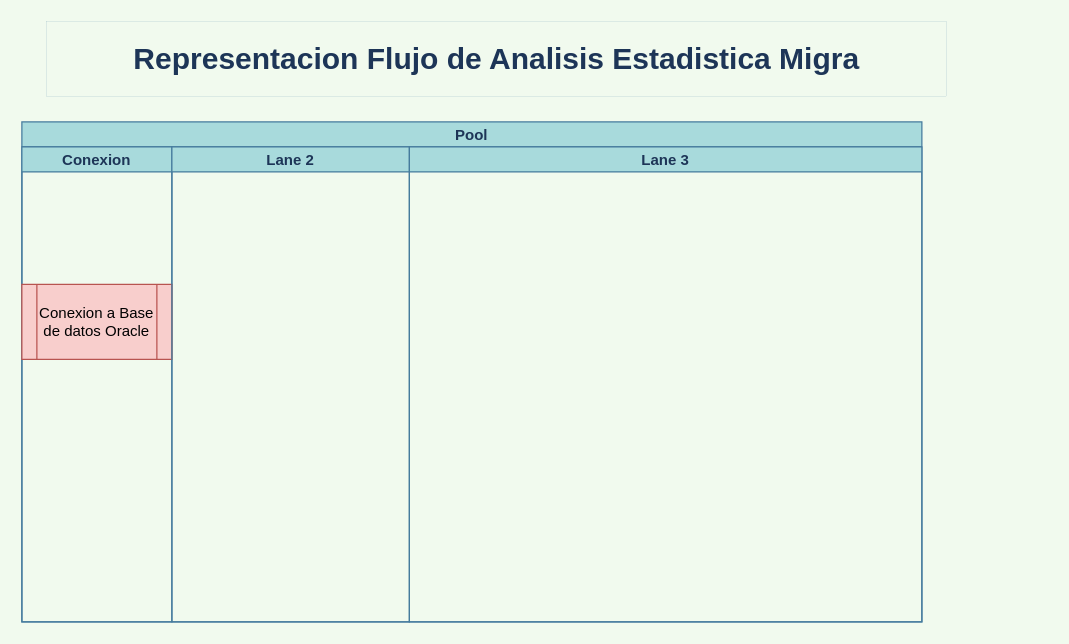
Above: Flujo de Analisis Estadistica Migra.drawio in amcabrera70/amcabrera70 (draw.io), before the change. Source tidied: cells renumbered, new cells numbered last; positions are measured from the earlier drawing's top-left corner, leaving out a move shared by most shapes. Both pictures are drawn from the tidied source at 125%, with x=0, y=0 at pixel (21, 21).
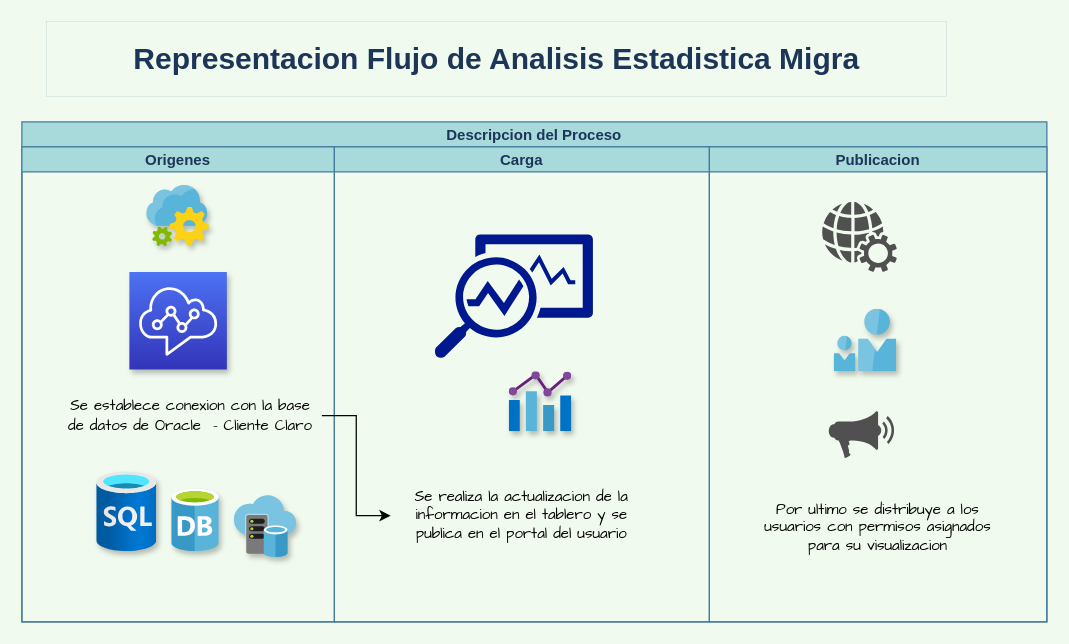
After the change.

Diff of the diagram source:
```diff
@@
-    <mxCell id="3" value="Pool" style="swimlane;startSize=20;fillColor=#A8DADC;strokeColor=#457B9D;fontColor=#1D3557;" parent="1" vertex="1">
-      <mxGeometry y="80" width="720" height="400" as="geometry" />
+    <mxCell id="3" value="Descripcion del Proceso" style="swimlane;startSize=20;fillColor=#A8DADC;strokeColor=#457B9D;fontColor=#1D3557;" parent="1" vertex="1">
+      <mxGeometry y="80" width="820" height="400" as="geometry" />
     </mxCell>
-    <mxCell id="4" value="Conexion" style="swimlane;startSize=20;fillColor=#A8DADC;strokeColor=#457B9D;fontColor=#1D3557;" parent="3" vertex="1">
-      <mxGeometry y="20" width="120" height="380" as="geometry" />
+    <mxCell id="4" value="Origenes " style="swimlane;startSize=20;fillColor=#A8DADC;strokeColor=#457B9D;fontColor=#1D3557;swimlaneFillColor=none;" parent="3" vertex="1">
+      <mxGeometry y="20" width="250" height="380" as="geometry" />
     </mxCell>
-    <mxCell id="5" value="Conexion a Base de datos Oracle" style="shape=process;whiteSpace=wrap;html=1;backgroundOutline=1;rounded=0;sketch=0;strokeColor=#b85450;fillColor=#f8cecc;" parent="4" vertex="1">
-      <mxGeometry y="110" width="120" height="60" as="geometry" />
-    </mxCell>
+    <mxCell id="8" style="sketch=0;fontColor=#232F3E;gradientColor=#4D72F3;gradientDirection=north;fillColor=#3334B9;strokeColor=#ffffff;dashed=0;verticalLabelPosition=bottom;verticalAlign=top;align=center;html=1;fontSize=12;fontStyle=0;shape=mxgraph.aws4.resourceIcon;resIcon=mxgraph.aws4.connect;shadow=1;dashPattern=1 2;fontFamily=Helvetica;startSize=30;" parent="4" vertex="1">
+      <mxGeometry x="86" y="100" width="78" height="78" as="geometry" />
+    </mxCell>
+    <mxCell id="9" value="&lt;font face=&quot;Architects Daughter&quot;&gt;Se establece conexion con la base de datos de Oracle&amp;nbsp; - Cliente Claro&lt;/font&gt;" style="text;html=1;strokeColor=none;fillColor=none;align=center;verticalAlign=middle;whiteSpace=wrap;rounded=0;shadow=1;dashed=1;dashPattern=1 2;fontFamily=Helvetica;fontSize=12;fontColor=default;startSize=30;" parent="4" vertex="1">
+      <mxGeometry x="30" y="170" width="210" height="90" as="geometry" />
+    </mxCell>
+    <mxCell id="10" style="html=1;align=center;image;fontSize=12;image=img/lib/azure2/databases/SQL_Database.svg;shadow=1;dashed=1;dashPattern=1 2;fontFamily=Helvetica;fontColor=default;startSize=30;strokeColor=#82b366;fillColor=#d5e8d4;gradientColor=none;" parent="4" vertex="1">
+      <mxGeometry x="60" y="260" width="48" height="64" as="geometry" />
+    </mxCell>
+    <mxCell id="11" style="sketch=0;html=1;align=center;image;fontSize=12;image=img/lib/mscae/Database_General.svg;shadow=1;dashed=1;dashPattern=1 2;fontFamily=Helvetica;fontColor=default;startSize=30;strokeColor=#82b366;fillColor=#d5e8d4;gradientColor=none;" parent="4" vertex="1">
+      <mxGeometry x="120" y="274" width="38" height="50" as="geometry" />
+    </mxCell>
+    <mxCell id="12" style="sketch=0;html=1;align=center;image;fontSize=12;image=img/lib/mscae/Virtual_Datacenter.svg;shadow=1;dashed=1;dashPattern=1 2;fontFamily=Helvetica;fontColor=default;startSize=30;strokeColor=#82b366;fillColor=#d5e8d4;gradientColor=none;" parent="4" vertex="1">
+      <mxGeometry x="170" y="279" width="50" height="50" as="geometry" />
+    </mxCell>
+    <mxCell id="13" style="sketch=0;html=1;align=center;image;fontSize=12;image=img/lib/mscae/App_Configuration.svg;shadow=1;dashed=1;dashPattern=1 2;fontFamily=Helvetica;fontColor=default;startSize=30;strokeColor=#82b366;fillColor=#d5e8d4;gradientColor=none;" parent="4" vertex="1">
+      <mxGeometry x="100" y="31" width="50" height="49" as="geometry" />
+    </mxCell>
-    <mxCell id="6" value="Lane 2" style="swimlane;startSize=20;fillColor=#A8DADC;strokeColor=#457B9D;fontColor=#1D3557;" parent="3" vertex="1">
-      <mxGeometry x="120" y="20" width="190" height="380" as="geometry" />
+    <mxCell id="6" value="Carga" style="swimlane;startSize=20;fillColor=#A8DADC;strokeColor=#457B9D;fontColor=#1D3557;" parent="3" vertex="1">
+      <mxGeometry x="250" y="20" width="300" height="380" as="geometry" />
     </mxCell>
+    <mxCell id="14" style="sketch=0;shadow=0;dashed=0;html=1;strokeColor=none;labelPosition=center;verticalLabelPosition=bottom;verticalAlign=top;align=center;fillColor=#00188D;shape=mxgraph.mscae.enterprise.monitor_running_apps;dashPattern=1 2;fontFamily=Helvetica;fontSize=12;fontColor=default;startSize=30;" parent="6" vertex="1">
+      <mxGeometry x="80" y="70" width="126.9" height="99" as="geometry" />
+    </mxCell>
+    <mxCell id="15" style="sketch=0;html=1;align=center;image;fontSize=12;image=img/lib/mscae/Chart.svg;shadow=1;dashed=1;dashPattern=1 2;fontFamily=Helvetica;fontColor=default;startSize=30;strokeColor=#82b366;fillColor=#d5e8d4;gradientColor=none;" parent="6" vertex="1">
+      <mxGeometry x="140" y="180" width="50" height="48" as="geometry" />
+    </mxCell>
+    <mxCell id="16" value="Se realiza la actualizacion de la informacion en el tablero y se publica en el portal del usuario " style="text;html=1;strokeColor=none;fillColor=none;align=center;verticalAlign=middle;whiteSpace=wrap;rounded=0;shadow=1;dashed=1;dashPattern=1 2;fontFamily=Architects Daughter;fontSize=12;fontColor=default;startSize=30;" parent="6" vertex="1">
+      <mxGeometry x="45" y="250" width="210" height="90" as="geometry" />
+    </mxCell>
-    <mxCell id="7" value="Lane 3" style="swimlane;startSize=20;fillColor=#A8DADC;strokeColor=#457B9D;fontColor=#1D3557;" parent="3" vertex="1">
-      <mxGeometry x="310" y="20" width="410" height="380" as="geometry" />
+    <mxCell id="7" value="Publicacion" style="swimlane;startSize=20;fillColor=#A8DADC;strokeColor=#457B9D;fontColor=#1D3557;" parent="3" vertex="1">
+      <mxGeometry x="550" y="20" width="270" height="380" as="geometry" />
     </mxCell>
+    <mxCell id="17" style="sketch=0;html=1;align=center;image;fontSize=12;image=img/lib/mscae/Two_User_Icon.svg;shadow=1;dashed=1;dashPattern=1 2;fontFamily=Helvetica;fontColor=default;startSize=30;strokeColor=#82b366;fillColor=#d5e8d4;gradientColor=none;" parent="7" vertex="1">
+      <mxGeometry x="100" y="130" width="50" height="50" as="geometry" />
+    </mxCell>
+    <mxCell id="18" style="sketch=0;shadow=0;dashed=0;html=1;strokeColor=none;fillColor=#505050;labelPosition=center;verticalLabelPosition=bottom;verticalAlign=top;align=center;shape=mxgraph.office.concepts.web_services;dashPattern=1 2;fontFamily=Helvetica;fontSize=12;fontColor=default;startSize=30;" parent="7" vertex="1">
+      <mxGeometry x="90" y="44" width="60" height="56" as="geometry" />
+    </mxCell>
+    <mxCell id="19" style="sketch=0;shadow=0;dashed=0;html=1;strokeColor=none;fillColor=#505050;labelPosition=center;verticalLabelPosition=bottom;verticalAlign=top;align=center;shape=mxgraph.office.concepts.whats_new;dashPattern=1 2;fontFamily=Helvetica;fontSize=12;fontColor=default;startSize=30;" parent="7" vertex="1">
+      <mxGeometry x="95" y="211" width="55" height="38" as="geometry" />
+    </mxCell>
+    <mxCell id="20" value="Por ultimo se distribuye a los usuarios con permisos asignados para su visualizacion" style="text;html=1;strokeColor=none;fillColor=none;align=center;verticalAlign=middle;whiteSpace=wrap;rounded=0;shadow=1;dashed=1;dashPattern=1 2;fontFamily=Architects Daughter;fontSize=12;fontColor=default;startSize=30;" parent="7" vertex="1">
+      <mxGeometry x="30" y="260" width="210" height="90" as="geometry" />
+    </mxCell>
+    <mxCell id="21" style="edgeStyle=orthogonalEdgeStyle;rounded=0;jettySize=auto;html=1;fontFamily=Architects Daughter;fontSize=12;fontColor=default;startSize=30;" parent="3" edge="1" source="9" target="16">
+      <mxGeometry relative="1" as="geometry" />
+    </mxCell>
```
